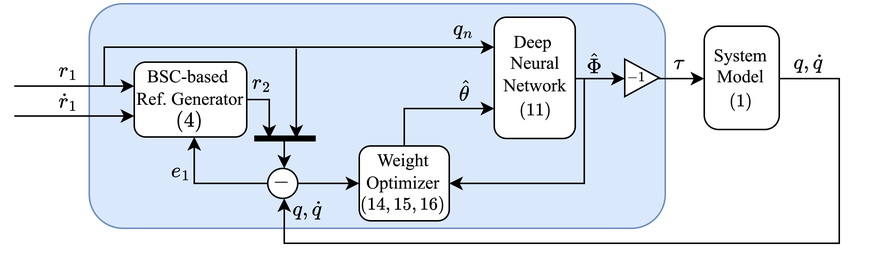
Before: figures/Controller.drawio.png, a diagram exported from draw.io (DDingR/CoNAC). Source tidied: cells renumbered, new cells last; positions are measured from the earlier drawing's top-left corner, leaving out a move shared by most shapes. Source of this version:
```xml
<mxGraphModel math="1">
  <root>
    <mxCell id="0" />
    <mxCell id="1" value="Area" parent="0" />
    <mxCell id="2" style="rounded=1;whiteSpace=wrap;html=1;fillColor=#dae8fc;strokeColor=#6c8ebf;" parent="1" vertex="1">
      <mxGeometry x="59" width="384" height="150" as="geometry" />
    </mxCell>
    <mxCell id="3" value="Lines" parent="0" />
    <mxCell id="4" style="endArrow=classic;html=1;rounded=0;" parent="3" edge="1">
      <mxGeometry relative="1" as="geometry">
        <mxPoint x="9" y="55" as="sourcePoint" />
        <mxPoint x="89" y="55" as="targetPoint" />
      </mxGeometry>
    </mxCell>
    <mxCell id="5" style="endArrow=classic;html=1;rounded=0;" parent="3" edge="1">
      <mxGeometry relative="1" as="geometry">
        <mxPoint x="9" y="75" as="sourcePoint" />
        <mxPoint x="89" y="75" as="targetPoint" />
      </mxGeometry>
    </mxCell>
    <mxCell id="6" style="endArrow=classic;html=1;rounded=0;" parent="3" edge="1">
      <mxGeometry relative="1" as="geometry">
        <mxPoint x="69" y="55" as="sourcePoint" />
        <mxPoint x="329" y="29" as="targetPoint" />
        <Array as="points">
          <mxPoint x="69" y="29" />
        </Array>
      </mxGeometry>
    </mxCell>
    <mxCell id="7" style="endArrow=classic;html=1;rounded=0;" parent="3" edge="1">
      <mxGeometry relative="1" as="geometry">
        <mxPoint x="159" y="64" as="sourcePoint" />
        <mxPoint x="179" y="90" as="targetPoint" />
        <Array as="points">
          <mxPoint x="179" y="64" />
        </Array>
      </mxGeometry>
    </mxCell>
    <mxCell id="8" style="endArrow=classic;html=1;rounded=0;" parent="3" edge="1">
      <mxGeometry relative="1" as="geometry">
        <mxPoint x="189" y="120" as="sourcePoint" />
        <mxPoint x="239" y="120" as="targetPoint" />
      </mxGeometry>
    </mxCell>
    <mxCell id="9" style="endArrow=classic;html=1;rounded=0;" parent="3" edge="1">
      <mxGeometry relative="1" as="geometry">
        <mxPoint x="380" y="50" as="sourcePoint" />
        <mxPoint x="416" y="50" as="targetPoint" />
      </mxGeometry>
    </mxCell>
    <mxCell id="10" style="endArrow=classic;html=1;rounded=0;" parent="3" edge="1">
      <mxGeometry relative="1" as="geometry">
        <mxPoint x="519" y="50" as="sourcePoint" />
        <mxPoint x="189" y="130" as="targetPoint" />
        <Array as="points">
          <mxPoint x="559" y="50" />
          <mxPoint x="559" y="160" />
          <mxPoint x="189" y="160" />
        </Array>
      </mxGeometry>
    </mxCell>
    <mxCell id="11" style="endArrow=classic;html=1;rounded=0;" parent="3" edge="1">
      <mxGeometry relative="1" as="geometry">
        <mxPoint x="197" y="30" as="sourcePoint" />
        <mxPoint x="197" y="90" as="targetPoint" />
      </mxGeometry>
    </mxCell>
    <mxCell id="12" style="endArrow=classic;html=1;rounded=0;" parent="3" edge="1">
      <mxGeometry relative="1" as="geometry">
        <mxPoint x="179" y="120" as="sourcePoint" />
        <mxPoint x="129" y="89" as="targetPoint" />
        <Array as="points">
          <mxPoint x="129" y="120" />
        </Array>
      </mxGeometry>
    </mxCell>
    <mxCell id="13" style="endArrow=classic;html=1;rounded=0;" parent="3" edge="1">
      <mxGeometry relative="1" as="geometry">
        <mxPoint x="189" y="90" as="sourcePoint" />
        <mxPoint x="189" y="110" as="targetPoint" />
      </mxGeometry>
    </mxCell>
    <mxCell id="14" style="endArrow=classic;html=1;rounded=0;" parent="3" edge="1">
      <mxGeometry relative="1" as="geometry">
        <mxPoint x="269" y="100" as="sourcePoint" />
        <mxPoint x="329" y="70" as="targetPoint" />
        <Array as="points">
          <mxPoint x="269" y="70" />
        </Array>
      </mxGeometry>
    </mxCell>
    <mxCell id="15" style="endArrow=classic;html=1;rounded=0;" parent="3" edge="1">
      <mxGeometry relative="1" as="geometry">
        <mxPoint x="389" y="50" as="sourcePoint" />
        <mxPoint x="299" y="120" as="targetPoint" />
        <Array as="points">
          <mxPoint x="389" y="120" />
        </Array>
      </mxGeometry>
    </mxCell>
    <mxCell id="16" style="endArrow=classic;html=1;rounded=0;" parent="3" edge="1">
      <mxGeometry relative="1" as="geometry">
        <mxPoint x="411" y="50" as="sourcePoint" />
        <mxPoint x="469" y="50" as="targetPoint" />
      </mxGeometry>
    </mxCell>
    <mxCell id="17" value="Blocks" parent="0" />
    <mxCell id="18" style="rounded=1;whiteSpace=wrap;html=1;arcSize=19;" parent="17" vertex="1">
      <mxGeometry x="469" y="15" width="50" height="69" as="geometry" />
    </mxCell>
    <mxCell id="19" style="rounded=0;whiteSpace=wrap;html=1;fillColor=#000000;rotation=90;" parent="17" vertex="1">
      <mxGeometry x="188" y="70" width="3" height="40" as="geometry" />
    </mxCell>
    <mxCell id="20" style="rounded=1;whiteSpace=wrap;html=1;" parent="17" vertex="1">
      <mxGeometry x="89" y="39" width="75" height="50" as="geometry" />
    </mxCell>
    <mxCell id="21" style="ellipse;whiteSpace=wrap;html=1;" parent="17" vertex="1">
      <mxGeometry x="178" y="110" width="20" height="20" as="geometry" />
    </mxCell>
    <mxCell id="22" style="rounded=1;whiteSpace=wrap;html=1;" parent="17" vertex="1">
      <mxGeometry x="239" y="95" width="60" height="50" as="geometry" />
    </mxCell>
    <mxCell id="23" style="rounded=1;whiteSpace=wrap;html=1;" parent="17" vertex="1">
      <mxGeometry x="329" y="9" width="54" height="81" as="geometry" />
    </mxCell>
    <mxCell id="24" style="triangle;whiteSpace=wrap;html=1;" parent="17" vertex="1">
      <mxGeometry x="416" y="37" width="23" height="25" as="geometry" />
    </mxCell>
    <mxCell id="25" value="Math" parent="0" />
    <mxCell id="26" value="$$r_1$$" style="text;html=1;align=center;verticalAlign=middle;strokeColor=none;fillColor=none;" parent="25" vertex="1">
      <mxGeometry x="10" y="30" width="70" height="30" as="geometry" />
    </mxCell>
    <mxCell id="27" value="$$\dot r_1$$" style="text;html=1;align=center;verticalAlign=middle;strokeColor=none;fillColor=none;" parent="25" vertex="1">
      <mxGeometry y="51" width="90" height="30" as="geometry" />
    </mxCell>
    <mxCell id="28" value="$$\hat\theta$$" style="text;html=1;align=center;verticalAlign=middle;strokeColor=none;fillColor=none;" parent="25" vertex="1">
      <mxGeometry x="259" y="44" width="100" height="30" as="geometry" />
    </mxCell>
    <mxCell id="29" value="$$e_1$$" style="text;html=1;align=center;verticalAlign=middle;strokeColor=none;fillColor=none;" parent="25" vertex="1">
      <mxGeometry x="85" y="97" width="70" height="30" as="geometry" />
    </mxCell>
    <mxCell id="30" value="$$r_2$$" style="text;html=1;align=center;verticalAlign=middle;strokeColor=none;fillColor=none;" parent="25" vertex="1">
      <mxGeometry x="139" y="38" width="70" height="30" as="geometry" />
    </mxCell>
    <mxCell id="31" value="$$q,\dot q$$" style="text;html=1;align=center;verticalAlign=middle;strokeColor=none;fillColor=none;" parent="25" vertex="1">
      <mxGeometry x="493" y="25" width="90" height="30" as="geometry" />
    </mxCell>
    <mxCell id="32" value="$$\tau$$" style="text;html=1;align=center;verticalAlign=middle;strokeColor=none;fillColor=none;" parent="25" vertex="1">
      <mxGeometry x="417" y="25" width="70" height="30" as="geometry" />
    </mxCell>
    <mxCell id="33" value="$$-1$$" style="text;html=1;align=center;verticalAlign=middle;strokeColor=none;fillColor=none;fontSize=8;" parent="25" vertex="1">
      <mxGeometry x="399" y="40" width="50" height="20" as="geometry" />
    </mxCell>
    <mxCell id="34" value="$$q_n$$" style="text;html=1;align=center;verticalAlign=middle;strokeColor=none;fillColor=none;" parent="25" vertex="1">
      <mxGeometry x="273" y="2" width="70" height="30" as="geometry" />
    </mxCell>
    <mxCell id="35" value="$$q,\dot q$$" style="text;html=1;align=center;verticalAlign=middle;strokeColor=none;fillColor=none;" parent="25" vertex="1">
      <mxGeometry x="159" y="123" width="90" height="30" as="geometry" />
    </mxCell>
    <mxCell id="36" value="$$\hat\Phi$$" style="text;html=1;align=center;verticalAlign=middle;strokeColor=none;fillColor=none;fontSize=12;" parent="25" vertex="1">
      <mxGeometry x="351" y="26" width="90" height="30" as="geometry" />
    </mxCell>
    <mxCell id="37" value="Names" parent="0" />
    <mxCell id="38" value="Weight&lt;div&gt;Optimizer&lt;/div&gt;" style="text;html=1;align=center;verticalAlign=middle;strokeColor=none;fillColor=none;fontFamily=Times New Roman;" parent="37" vertex="1">
      <mxGeometry x="233" y="92" width="70" height="40" as="geometry" />
    </mxCell>
    <mxCell id="39" value="Deep&amp;nbsp;&lt;div&gt;Neural&lt;div&gt;Network&lt;/div&gt;&lt;/div&gt;" style="text;html=1;align=center;verticalAlign=middle;strokeColor=none;fillColor=none;fontFamily=Times New Roman;" parent="37" vertex="1">
      <mxGeometry x="321" y="10" width="70" height="60" as="geometry" />
    </mxCell>
    <mxCell id="40" value="&lt;div&gt;System&lt;/div&gt;&lt;div&gt;Model&lt;/div&gt;&lt;div&gt;&lt;br&gt;&lt;/div&gt;" style="text;html=1;align=center;verticalAlign=middle;strokeColor=none;fillColor=none;fontFamily=Times New Roman;" parent="37" vertex="1">
      <mxGeometry x="463" y="19" width="60" height="60" as="geometry" />
    </mxCell>
    <mxCell id="41" value="$$(1)$$" style="text;html=1;align=center;verticalAlign=middle;strokeColor=none;fillColor=none;fontFamily=Times New Roman;" parent="37" vertex="1">
      <mxGeometry x="463" y="50" width="60" height="30" as="geometry" />
    </mxCell>
    <mxCell id="42" value="$$(11)$$" style="text;html=1;align=center;verticalAlign=middle;strokeColor=none;fillColor=none;fontFamily=Times New Roman;" parent="37" vertex="1">
      <mxGeometry x="321" y="56" width="70" height="30" as="geometry" />
    </mxCell>
    <mxCell id="43" value="$$(14,15,16)$$" style="text;html=1;align=center;verticalAlign=middle;strokeColor=none;fillColor=none;fontFamily=Times New Roman;" parent="37" vertex="1">
      <mxGeometry x="218" y="119" width="100" height="30" as="geometry" />
    </mxCell>
    <mxCell id="44" value="$$(4)$$" style="text;html=1;align=center;verticalAlign=middle;strokeColor=none;fillColor=none;" parent="37" vertex="1">
      <mxGeometry x="96" y="63" width="60" height="30" as="geometry" />
    </mxCell>
    <mxCell id="45" value="$$-$$" style="text;html=1;align=center;verticalAlign=middle;strokeColor=none;fillColor=none;" parent="37" vertex="1">
      <mxGeometry x="162" y="104" width="50" height="30" as="geometry" />
    </mxCell>
    <mxCell id="46" value="BSC-based&amp;nbsp;&lt;div&gt;Ref. Generator&lt;/div&gt;" style="text;html=1;align=center;verticalAlign=middle;strokeColor=none;fillColor=none;fontFamily=Times New Roman;" parent="37" vertex="1">
      <mxGeometry x="81" y="36" width="90" height="40" as="geometry" />
    </mxCell>
  </root>
</mxGraphModel>
```
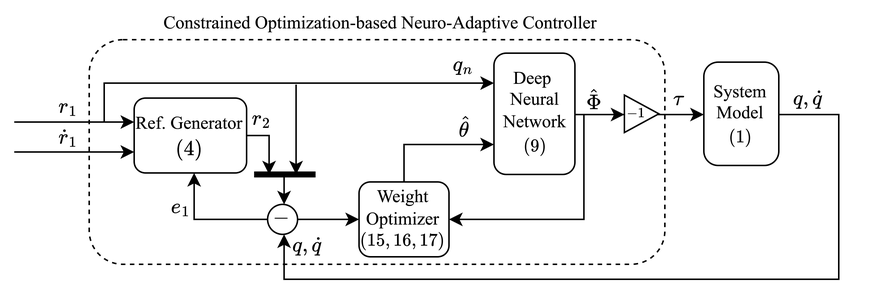
The same diagram one commit later.

What changed in the source:
```diff
@@ -2,7 +2,7 @@
   <root>
     <mxCell id="0" />
     <mxCell id="1" value="Area" parent="0" />
-    <mxCell id="2" style="rounded=1;whiteSpace=wrap;html=1;fillColor=#dae8fc;strokeColor=#6c8ebf;" parent="1" vertex="1">
+    <mxCell id="2" style="rounded=1;whiteSpace=wrap;html=1;dashed=1;" parent="1" vertex="1">
       <mxGeometry x="59" width="384" height="150" as="geometry" />
     </mxCell>
     <mxCell id="3" value="Lines" parent="0" />
@@ -173,20 +173,23 @@
     <mxCell id="41" value="$$(1)$$" style="text;html=1;align=center;verticalAlign=middle;strokeColor=none;fillColor=none;fontFamily=Times New Roman;" parent="37" vertex="1">
       <mxGeometry x="463" y="50" width="60" height="30" as="geometry" />
     </mxCell>
-    <mxCell id="42" value="$$(11)$$" style="text;html=1;align=center;verticalAlign=middle;strokeColor=none;fillColor=none;fontFamily=Times New Roman;" parent="37" vertex="1">
-      <mxGeometry x="321" y="56" width="70" height="30" as="geometry" />
+    <mxCell id="42" value="$$(9)$$" style="text;html=1;align=center;verticalAlign=middle;strokeColor=none;fillColor=none;fontFamily=Times New Roman;" parent="37" vertex="1">
+      <mxGeometry x="326" y="56" width="60" height="30" as="geometry" />
     </mxCell>
-    <mxCell id="43" value="$$(14,15,16)$$" style="text;html=1;align=center;verticalAlign=middle;strokeColor=none;fillColor=none;fontFamily=Times New Roman;" parent="37" vertex="1">
+    <mxCell id="43" value="$$(15,16,17)$$" style="text;html=1;align=center;verticalAlign=middle;strokeColor=none;fillColor=none;fontFamily=Times New Roman;" parent="37" vertex="1">
       <mxGeometry x="218" y="119" width="100" height="30" as="geometry" />
     </mxCell>
     <mxCell id="44" value="$$(4)$$" style="text;html=1;align=center;verticalAlign=middle;strokeColor=none;fillColor=none;" parent="37" vertex="1">
-      <mxGeometry x="96" y="63" width="60" height="30" as="geometry" />
+      <mxGeometry x="96" y="58" width="60" height="30" as="geometry" />
     </mxCell>
     <mxCell id="45" value="$$-$$" style="text;html=1;align=center;verticalAlign=middle;strokeColor=none;fillColor=none;" parent="37" vertex="1">
       <mxGeometry x="162" y="104" width="50" height="30" as="geometry" />
     </mxCell>
-    <mxCell id="46" value="BSC-based&amp;nbsp;&lt;div&gt;Ref. Generator&lt;/div&gt;" style="text;html=1;align=center;verticalAlign=middle;strokeColor=none;fillColor=none;fontFamily=Times New Roman;" parent="37" vertex="1">
-      <mxGeometry x="81" y="36" width="90" height="40" as="geometry" />
+    <mxCell id="46" value="&amp;nbsp;&lt;span style=&quot;background-color: initial;&quot;&gt;Ref. Generator&lt;/span&gt;" style="text;html=1;align=center;verticalAlign=middle;strokeColor=none;fillColor=none;fontFamily=Times New Roman;" parent="37" vertex="1">
+      <mxGeometry x="74" y="41" width="100" height="30" as="geometry" />
     </mxCell>
+    <mxCell id="47" value="Constrained Optimization-based Neuro-Adaptive Controller" style="text;html=1;align=center;verticalAlign=middle;strokeColor=none;fillColor=none;fontFamily=Times New Roman;" parent="37" vertex="1">
+      <mxGeometry x="98" y="-26" width="310" height="30" as="geometry" />
+    </mxCell>
   </root>
 </mxGraphModel>
```
